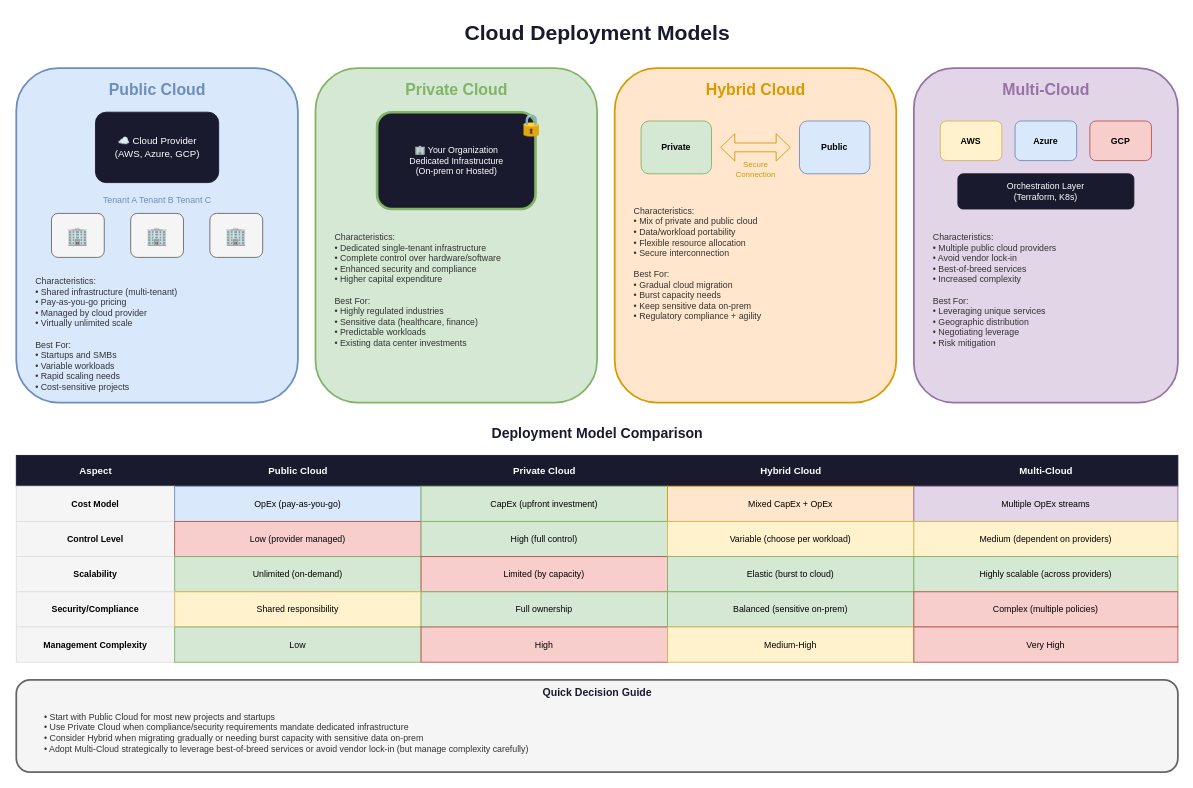
The draw.io diagram lesson-03-cloud-platforms-services/diagrams/1.2-deployment-models.drawio in MrParkerZ7/document-lesson-software-architect-x-claude, before the edit. Source tidied: cells renumbered, new cells numbered last; positions are measured from the earlier drawing's top-left corner, leaving out a move shared by most shapes. Both pictures are drawn from the tidied source at 88%, with x=0, y=0 at pixel (16, 15).
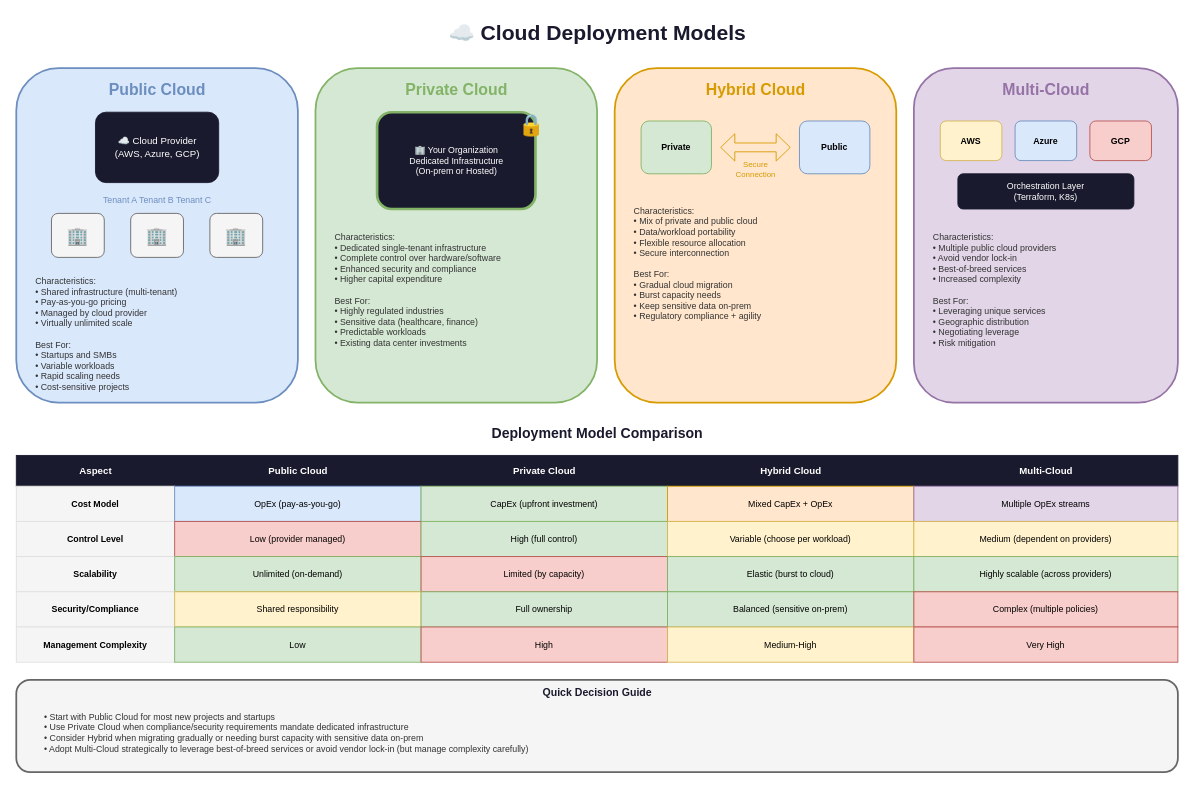
After the change.

What changed in the source:
```diff
@@
-    <mxCell id="2" value="Cloud Deployment Models" style="text;html=1;strokeColor=none;fillColor=none;align=center;verticalAlign=middle;fontSize=24;fontStyle=1;fontColor=#1a1a2e;" parent="1" vertex="1">
+    <mxCell id="2" value="☁️ Cloud Deployment Models" style="text;html=1;strokeColor=none;fillColor=none;align=center;verticalAlign=middle;fontSize=24;fontStyle=1;fontColor=#1a1a2e;" parent="1" vertex="1">
       <mxGeometry x="460" width="400" height="40" as="geometry" />
     </mxCell>
```
